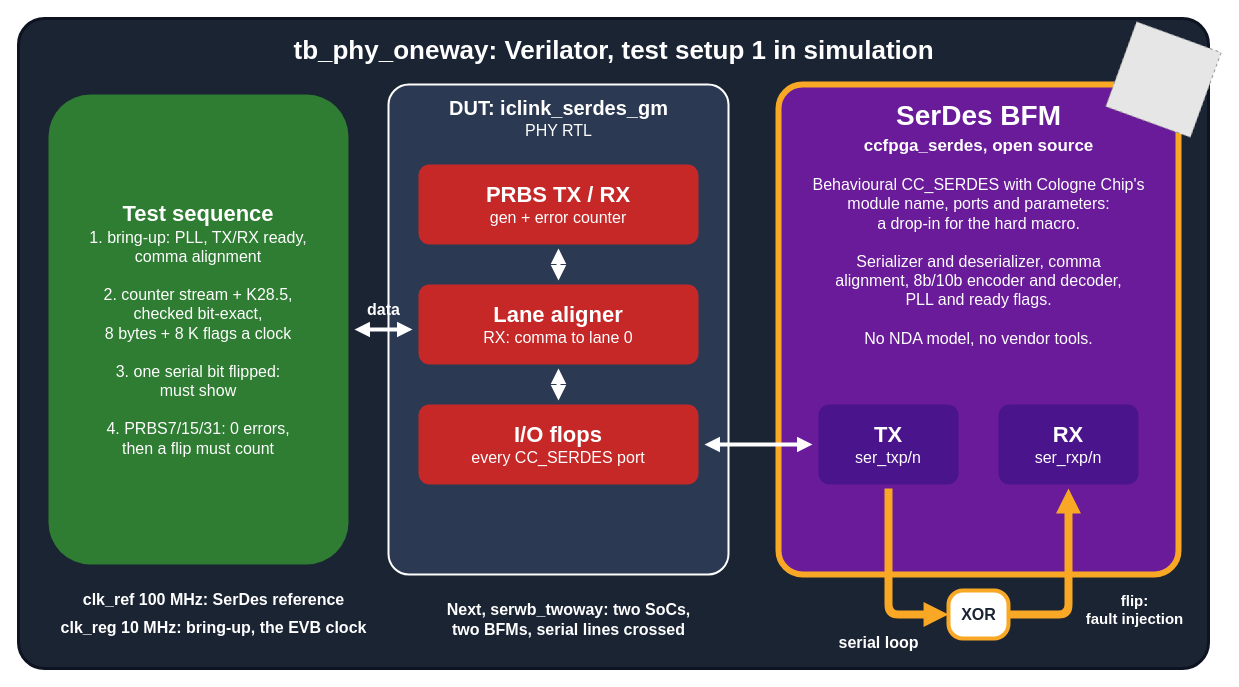
The draw.io diagram 7.SerDes/0.doc/iclink-tb.drawio in chili-chips-ba/openCologne, before the edit. Source tidied: cells renumbered, new cells numbered last; positions are measured from the earlier drawing's top-left corner, leaving out a move shared by most shapes. Both pictures are drawn from the tidied source at 100%, with x=0, y=0 at pixel (18, 18). Pictures stored in the file or linked from it are replaced by grey dashed boxes.
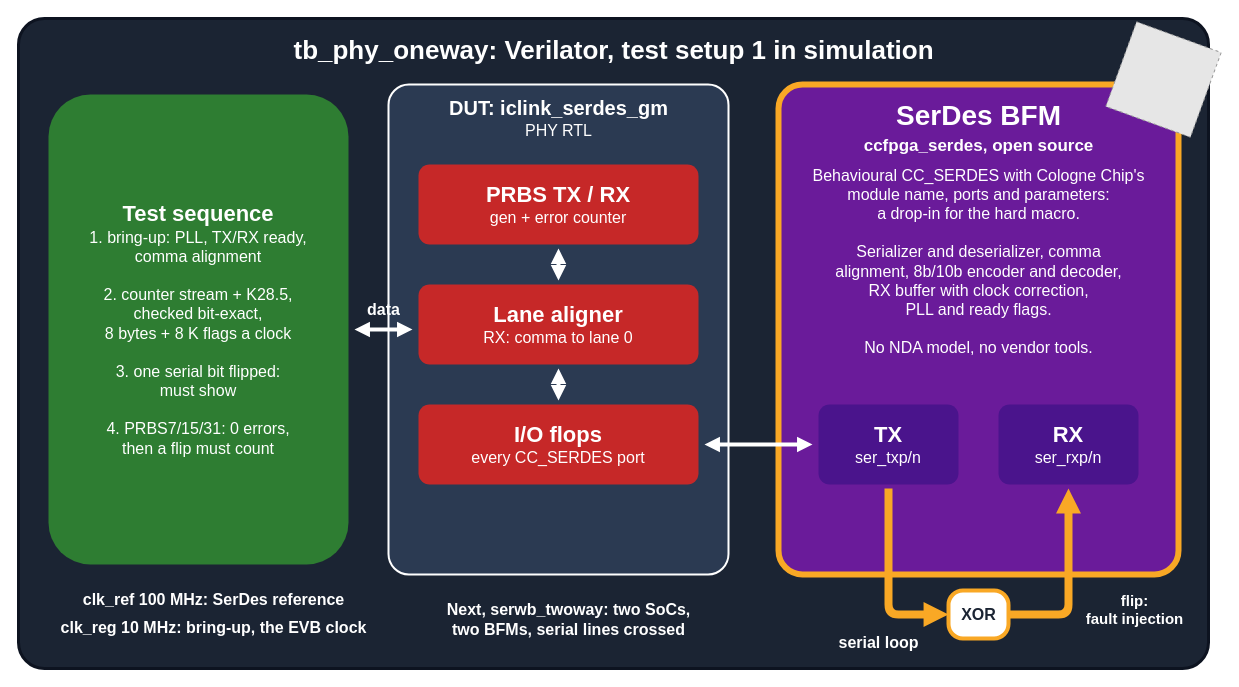
After the change.

The edit, as a diff of the source:
```diff
@@
-    <mxCell id="18" value="Behavioural CC_SERDES with Cologne Chip's&lt;br&gt;module name, ports and parameters:&lt;br&gt;a drop-in for the hard macro.&lt;br&gt;&lt;br&gt;Serializer and deserializer, comma&lt;br&gt;alignment, 8b/10b encoder and decoder,&lt;br&gt;PLL and ready flags.&lt;br&gt;&lt;br&gt;No NDA model, no vendor tools." style="text;html=1;align=center;verticalAlign=middle;fontSize=16;fontStyle=0;fontColor=#ffffff;fontFamily=Helvetica;" parent="1" vertex="1">
+    <mxCell id="18" value="Behavioural CC_SERDES with Cologne Chip's&lt;br&gt;module name, ports and parameters:&lt;br&gt;a drop-in for the hard macro.&lt;br&gt;&lt;br&gt;Serializer and deserializer, comma&lt;br&gt;alignment, 8b/10b encoder and decoder,&lt;br&gt;RX buffer with clock correction,&lt;br&gt;PLL and ready flags.&lt;br&gt;&lt;br&gt;No NDA model, no vendor tools." style="text;html=1;align=center;verticalAlign=middle;fontSize=16;fontStyle=0;fontColor=#ffffff;fontFamily=Helvetica;" parent="1" vertex="1">
       <mxGeometry x="775" y="148" width="370" height="190" as="geometry" />
     </mxCell>
```
